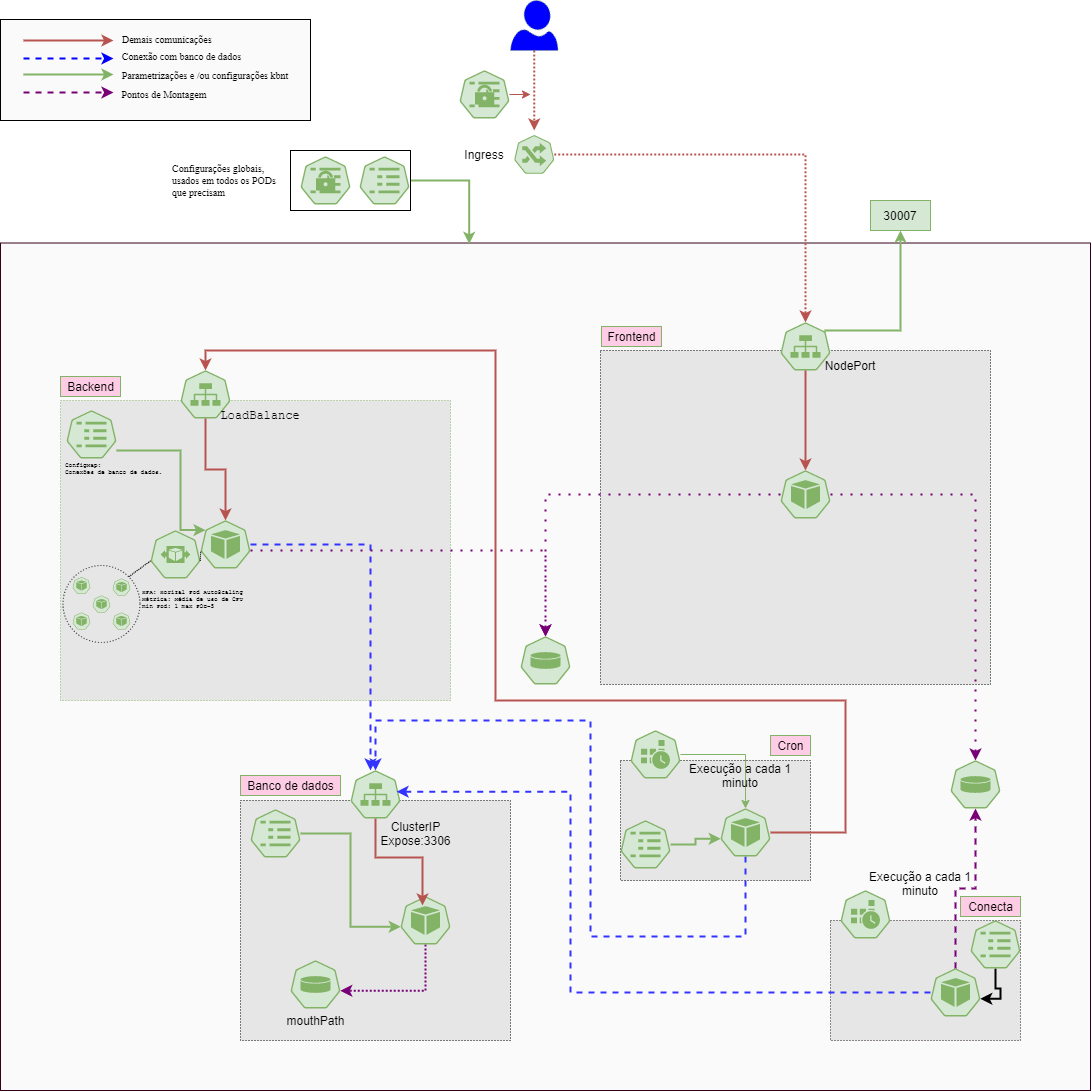
e-s-santos/kube keeps this draw.io diagram as Lab.drawio.png. Above is the earlier version. Source tidied: cells renumbered, new cells last; positions are measured from the earlier drawing's top-left corner, leaving out a move shared by most shapes.
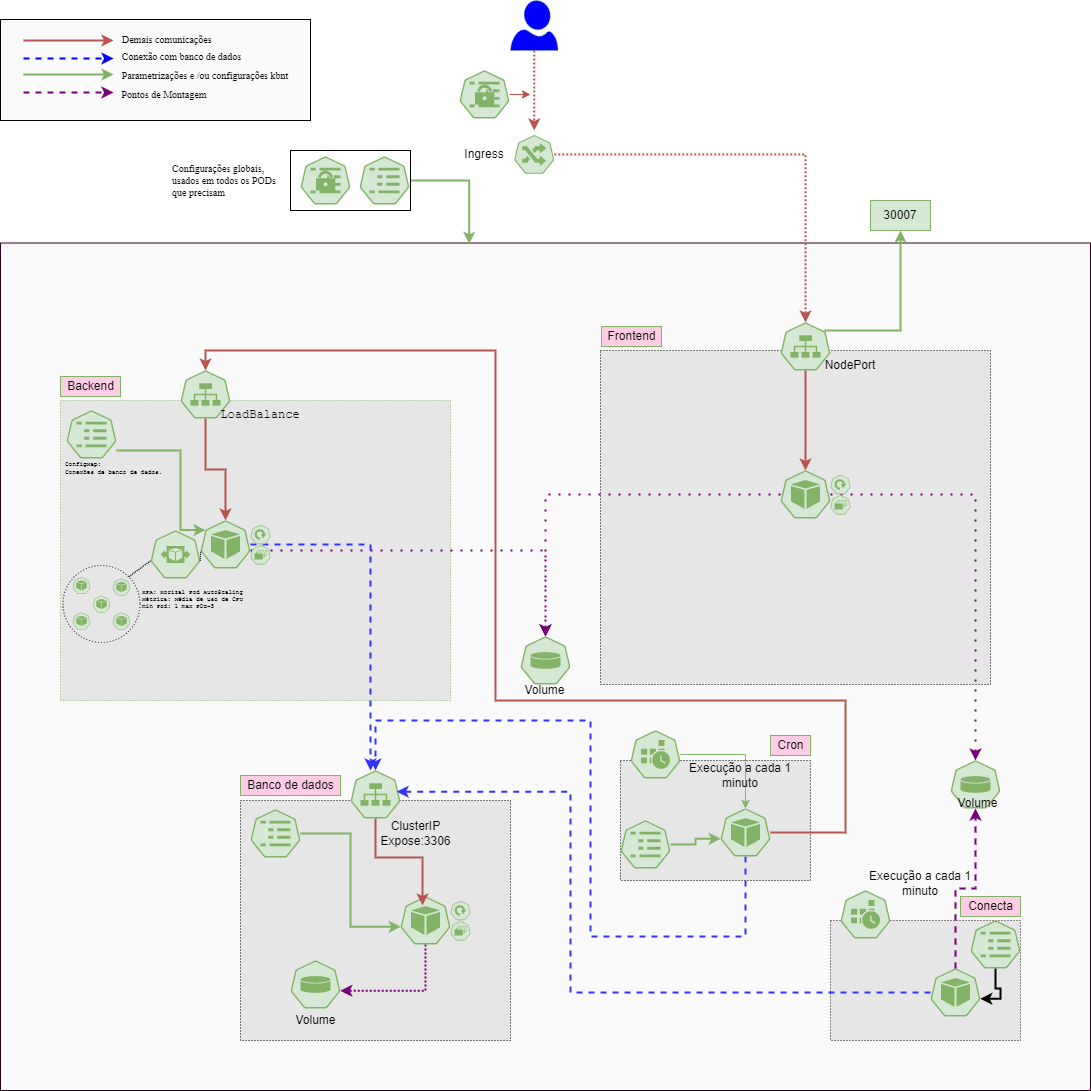
After the commit.

Change to the diagram source:
```diff
@@ -36,8 +36,8 @@
     <mxCell id="11" style="sketch=0;html=1;dashed=0;whitespace=wrap;fillColor=#d5e8d4;strokeColor=#82b366;points=[[0.005,0.63,0],[0.1,0.2,0],[0.9,0.2,0],[0.5,0,0],[0.995,0.63,0],[0.72,0.99,0],[0.5,1,0],[0.28,0.99,0]];shape=mxgraph.kubernetes.icon;prIcon=vol;" parent="1" vertex="1">
       <mxGeometry x="290" y="960" width="50" height="48" as="geometry" />
     </mxCell>
-    <mxCell id="12" value="mouthPath" style="text;html=1;align=center;verticalAlign=middle;strokeColor=none;fillColor=none;" parent="1" vertex="1">
-      <mxGeometry x="280" y="1010" width="70" height="20" as="geometry" />
+    <mxCell id="12" value="Volume" style="text;html=1;align=center;verticalAlign=middle;strokeColor=none;fillColor=none;" parent="1" vertex="1">
+      <mxGeometry x="285" y="1010" width="60" height="20" as="geometry" />
     </mxCell>
     <mxCell id="13" style="edgeStyle=orthogonalEdgeStyle;rounded=0;jettySize=auto;html=1;entryX=0.44;entryY=0.188;entryDx=0;entryDy=0;entryPerimeter=0;fillColor=#f8cecc;strokeColor=#b85450;strokeWidth=2;" parent="1" edge="1" source="14" target="7">
       <mxGeometry relative="1" as="geometry" />
@@ -311,5 +311,29 @@
     <mxCell id="86" value="Conecta" style="text;html=1;align=center;verticalAlign=middle;strokeColor=#82b366;fillColor=#FFCCE6;" parent="1" vertex="1">
       <mxGeometry x="960" y="896" width="60" height="20" as="geometry" />
     </mxCell>
+    <mxCell id="87" style="sketch=0;html=1;dashed=0;whitespace=wrap;fillColor=#d5e8d4;strokeColor=#82b366;shape=mxgraph.kubernetes.icon;prIcon=deploy;fontFamily=Times New Roman;fontSize=10;" parent="1" vertex="1">
+      <mxGeometry x="830" y="470" width="20" height="28" as="geometry" />
+    </mxCell>
+    <mxCell id="88" style="sketch=0;html=1;dashed=0;whitespace=wrap;fillColor=#d5e8d4;strokeColor=#82b366;shape=mxgraph.kubernetes.icon;prIcon=rs;fontFamily=Times New Roman;fontSize=10;" parent="1" vertex="1">
+      <mxGeometry x="830" y="487" width="20" height="34.5" as="geometry" />
+    </mxCell>
+    <mxCell id="89" style="sketch=0;html=1;dashed=0;whitespace=wrap;fillColor=#d5e8d4;strokeColor=#82b366;shape=mxgraph.kubernetes.icon;prIcon=deploy;fontFamily=Times New Roman;fontSize=10;" parent="1" vertex="1">
+      <mxGeometry x="250" y="520" width="20" height="28" as="geometry" />
+    </mxCell>
+    <mxCell id="90" style="sketch=0;html=1;dashed=0;whitespace=wrap;fillColor=#d5e8d4;strokeColor=#82b366;shape=mxgraph.kubernetes.icon;prIcon=rs;fontFamily=Times New Roman;fontSize=10;" parent="1" vertex="1">
+      <mxGeometry x="250" y="537" width="20" height="34.5" as="geometry" />
+    </mxCell>
+    <mxCell id="91" style="sketch=0;html=1;dashed=0;whitespace=wrap;fillColor=#d5e8d4;strokeColor=#82b366;shape=mxgraph.kubernetes.icon;prIcon=deploy;fontFamily=Times New Roman;fontSize=10;" parent="1" vertex="1">
+      <mxGeometry x="450" y="896" width="20" height="28" as="geometry" />
+    </mxCell>
+    <mxCell id="92" style="sketch=0;html=1;dashed=0;whitespace=wrap;fillColor=#d5e8d4;strokeColor=#82b366;shape=mxgraph.kubernetes.icon;prIcon=rs;fontFamily=Times New Roman;fontSize=10;" parent="1" vertex="1">
+      <mxGeometry x="450" y="913" width="20" height="34.5" as="geometry" />
+    </mxCell>
+    <mxCell id="93" value="Volume" style="text;html=1;align=center;verticalAlign=middle;strokeColor=none;fillColor=none;" parent="1" vertex="1">
+      <mxGeometry x="513.8" y="680" width="60" height="20" as="geometry" />
+    </mxCell>
+    <mxCell id="94" value="Volume" style="text;html=1;align=center;verticalAlign=middle;strokeColor=none;fillColor=none;" parent="1" vertex="1">
+      <mxGeometry x="947" y="793" width="60" height="20" as="geometry" />
+    </mxCell>
   </root>
 </mxGraphModel>
```
